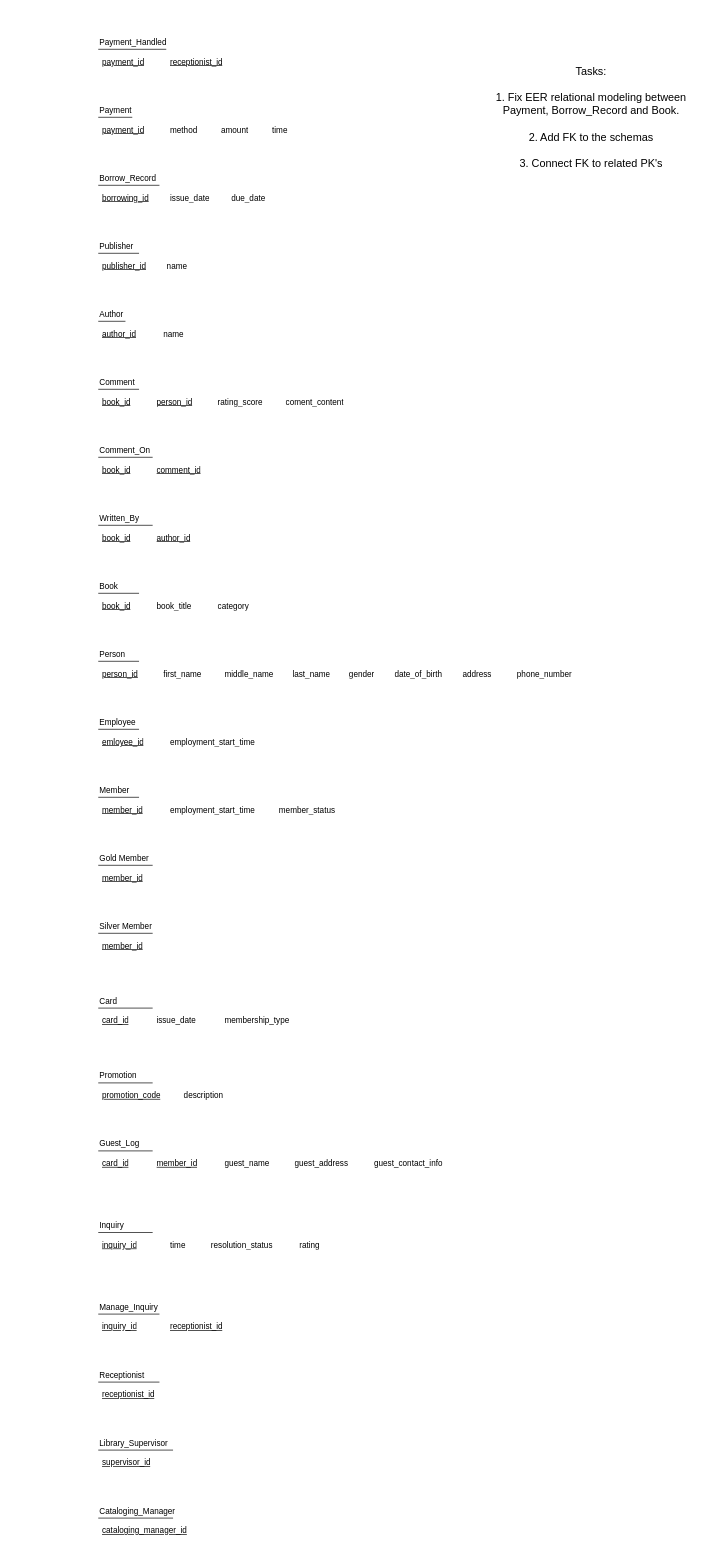
AO-5002/cs4347-EER-project keeps this draw.io diagram as page "RELATIONAL SCHEMA" (2 of 2) of CS4347 - Project.drawio. Above is the earlier version. Source tidied: cells renumbered, new cells numbered last; positions are measured from the earlier drawing's top-left corner, leaving out a move shared by most shapes. Both pictures are drawn from the tidied source at 68%, with x=0, y=0 at pixel (98, 12).
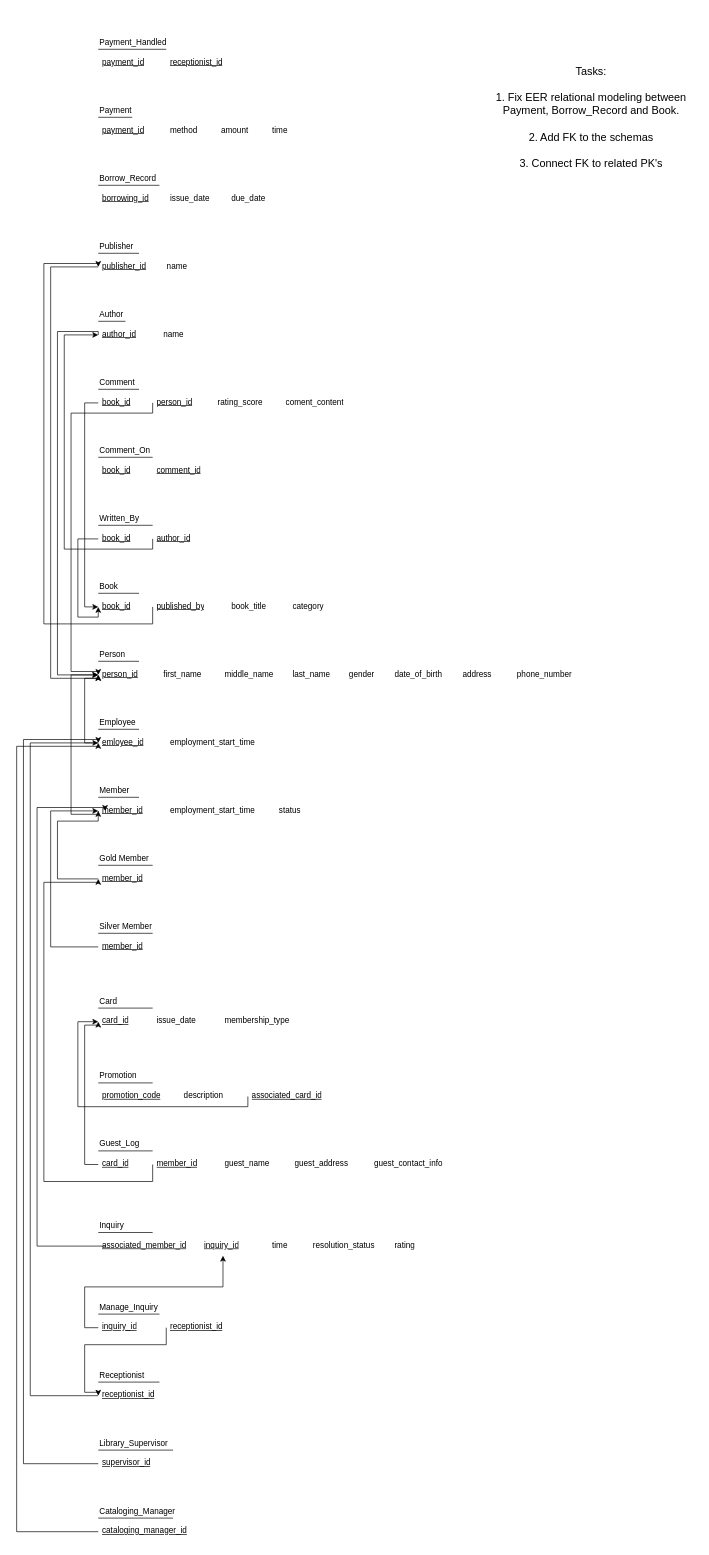
Above is the later version.

Unchanged cells that the change refers to:
```xml
<mxCell id="4" value="&lt;u&gt;person_id&lt;/u&gt;" style="text;strokeColor=none;fillColor=none;spacingLeft=4;spacingRight=4;overflow=hidden;points=[[0,0.5],[1,0.5]];portConstraint=eastwest;fontSize=12;whiteSpace=wrap;html=1;" parent="1" vertex="1">
  <mxGeometry y="960" width="80" height="30" as="geometry" />
</mxCell>
<mxCell id="14" value="&lt;u&gt;emloyee_id&lt;/u&gt;" style="text;strokeColor=none;fillColor=none;spacingLeft=4;spacingRight=4;overflow=hidden;points=[[0,0.5],[1,0.5]];portConstraint=eastwest;fontSize=12;whiteSpace=wrap;html=1;" parent="1" vertex="1">
  <mxGeometry y="1060" width="80" height="30" as="geometry" />
</mxCell>
<mxCell id="18" value="&lt;u&gt;member_id&lt;/u&gt;" style="text;strokeColor=none;fillColor=none;spacingLeft=4;spacingRight=4;overflow=hidden;points=[[0,0.5],[1,0.5]];portConstraint=eastwest;fontSize=12;whiteSpace=wrap;html=1;" parent="1" vertex="1">
  <mxGeometry y="1160" width="80" height="30" as="geometry" />
</mxCell>
<mxCell id="23" value="&lt;u&gt;member_id&lt;/u&gt;" style="text;strokeColor=none;fillColor=none;spacingLeft=4;spacingRight=4;overflow=hidden;points=[[0,0.5],[1,0.5]];portConstraint=eastwest;fontSize=12;whiteSpace=wrap;html=1;" parent="1" vertex="1">
  <mxGeometry y="1260" width="80" height="30" as="geometry" />
</mxCell>
<mxCell id="26" value="&lt;u&gt;member_id&lt;/u&gt;" style="text;strokeColor=none;fillColor=none;spacingLeft=4;spacingRight=4;overflow=hidden;points=[[0,0.5],[1,0.5]];portConstraint=eastwest;fontSize=12;whiteSpace=wrap;html=1;" parent="1" vertex="1">
  <mxGeometry y="1360" width="80" height="30" as="geometry" />
</mxCell>
<mxCell id="29" value="&lt;u&gt;card_id&lt;/u&gt;" style="text;strokeColor=none;fillColor=none;spacingLeft=4;spacingRight=4;overflow=hidden;points=[[0,0.5],[1,0.5]];portConstraint=eastwest;fontSize=12;whiteSpace=wrap;html=1;" parent="1" vertex="1">
  <mxGeometry y="1680" width="80" height="30" as="geometry" />
</mxCell>
<mxCell id="32" value="&lt;u&gt;card_id&lt;/u&gt;" style="text;strokeColor=none;fillColor=none;spacingLeft=4;spacingRight=4;overflow=hidden;points=[[0,0.5],[1,0.5]];portConstraint=eastwest;fontSize=12;whiteSpace=wrap;html=1;" parent="1" vertex="1">
  <mxGeometry y="1470" width="80" height="30" as="geometry" />
</mxCell>
<mxCell id="35" value="&lt;u&gt;member_id&lt;/u&gt;" style="text;strokeColor=none;fillColor=none;spacingLeft=4;spacingRight=4;overflow=hidden;points=[[0,0.5],[1,0.5]];portConstraint=eastwest;fontSize=12;whiteSpace=wrap;html=1;" parent="1" vertex="1">
  <mxGeometry x="80" y="1680" width="80" height="30" as="geometry" />
</mxCell>
<mxCell id="45" value="&lt;u&gt;book_id&lt;/u&gt;" style="text;strokeColor=none;fillColor=none;spacingLeft=4;spacingRight=4;overflow=hidden;points=[[0,0.5],[1,0.5]];portConstraint=eastwest;fontSize=12;whiteSpace=wrap;html=1;" parent="1" vertex="1">
  <mxGeometry y="860" width="80" height="30" as="geometry" />
</mxCell>
<mxCell id="50" value="&lt;u&gt;book_id&lt;/u&gt;" style="text;strokeColor=none;fillColor=none;spacingLeft=4;spacingRight=4;overflow=hidden;points=[[0,0.5],[1,0.5]];portConstraint=eastwest;fontSize=12;whiteSpace=wrap;html=1;" parent="1" vertex="1">
  <mxGeometry y="560" width="80" height="30" as="geometry" />
</mxCell>
<mxCell id="51" value="&lt;u&gt;person_id&lt;/u&gt;" style="text;strokeColor=none;fillColor=none;spacingLeft=4;spacingRight=4;overflow=hidden;points=[[0,0.5],[1,0.5]];portConstraint=eastwest;fontSize=12;whiteSpace=wrap;html=1;" parent="1" vertex="1">
  <mxGeometry x="80" y="560" width="70" height="30" as="geometry" />
</mxCell>
<mxCell id="60" value="&lt;u&gt;author_id&lt;/u&gt;" style="text;strokeColor=none;fillColor=none;spacingLeft=4;spacingRight=4;overflow=hidden;points=[[0,0.5],[1,0.5]];portConstraint=eastwest;fontSize=12;whiteSpace=wrap;html=1;" parent="1" vertex="1">
  <mxGeometry y="460" width="80" height="30" as="geometry" />
</mxCell>
<mxCell id="64" value="&lt;u&gt;book_id&lt;/u&gt;" style="text;strokeColor=none;fillColor=none;spacingLeft=4;spacingRight=4;overflow=hidden;points=[[0,0.5],[1,0.5]];portConstraint=eastwest;fontSize=12;whiteSpace=wrap;html=1;" parent="1" vertex="1">
  <mxGeometry y="760" width="80" height="30" as="geometry" />
</mxCell>
<mxCell id="65" value="&lt;u&gt;author_id&lt;/u&gt;" style="text;strokeColor=none;fillColor=none;spacingLeft=4;spacingRight=4;overflow=hidden;points=[[0,0.5],[1,0.5]];portConstraint=eastwest;fontSize=12;whiteSpace=wrap;html=1;" parent="1" vertex="1">
  <mxGeometry x="80" y="760" width="80" height="30" as="geometry" />
</mxCell>
<mxCell id="68" value="&lt;u&gt;publisher_id&lt;/u&gt;" style="text;strokeColor=none;fillColor=none;spacingLeft=4;spacingRight=4;overflow=hidden;points=[[0,0.5],[1,0.5]];portConstraint=eastwest;fontSize=12;whiteSpace=wrap;html=1;" parent="1" vertex="1">
  <mxGeometry y="360" width="80" height="30" as="geometry" />
</mxCell>
<mxCell id="89" value="&lt;u&gt;inquiry_id&lt;/u&gt;" style="text;strokeColor=none;fillColor=none;spacingLeft=4;spacingRight=4;overflow=hidden;points=[[0,0.5],[1,0.5]];portConstraint=eastwest;fontSize=12;whiteSpace=wrap;html=1;" parent="1" vertex="1">
  <mxGeometry y="1920" width="80" height="30" as="geometry" />
</mxCell>
<mxCell id="90" value="&lt;u&gt;receptionist_id&lt;/u&gt;" style="text;strokeColor=none;fillColor=none;spacingLeft=4;spacingRight=4;overflow=hidden;points=[[0,0.5],[1,0.5]];portConstraint=eastwest;fontSize=12;whiteSpace=wrap;html=1;" parent="1" vertex="1">
  <mxGeometry x="100" y="1920" width="90" height="30" as="geometry" />
</mxCell>
<mxCell id="93" value="&lt;u&gt;receptionist_id&lt;/u&gt;" style="text;strokeColor=none;fillColor=none;spacingLeft=4;spacingRight=4;overflow=hidden;points=[[0,0.5],[1,0.5]];portConstraint=eastwest;fontSize=12;whiteSpace=wrap;html=1;" parent="1" vertex="1">
  <mxGeometry y="2020" width="90" height="30" as="geometry" />
</mxCell>
<mxCell id="96" value="&lt;u&gt;supervisor_id&lt;/u&gt;" style="text;strokeColor=none;fillColor=none;spacingLeft=4;spacingRight=4;overflow=hidden;points=[[0,0.5],[1,0.5]];portConstraint=eastwest;fontSize=12;whiteSpace=wrap;html=1;" parent="1" vertex="1">
  <mxGeometry y="2120" width="90" height="30" as="geometry" />
</mxCell>
<mxCell id="99" value="&lt;u&gt;cataloging_manager_id&lt;/u&gt;" style="text;strokeColor=none;fillColor=none;spacingLeft=4;spacingRight=4;overflow=hidden;points=[[0,0.5],[1,0.5]];portConstraint=eastwest;fontSize=12;whiteSpace=wrap;html=1;" parent="1" vertex="1">
  <mxGeometry y="2220" width="140" height="30" as="geometry" />
</mxCell>
```

Diff of the diagram source:
```diff
@@
+    <mxCell id="105" style="edgeStyle=orthogonalEdgeStyle;rounded=0;jettySize=auto;html=1;exitX=0;exitY=0.5;exitDx=0;exitDy=0;entryX=0;entryY=0.5;entryDx=0;entryDy=0;" parent="1" edge="1" source="14" target="4">
+      <mxGeometry relative="1" as="geometry">
+        <Array as="points">
+          <mxPoint x="-20" y="1075" />
+          <mxPoint x="-20" y="980" />
+          <mxPoint y="980" />
+        </Array>
+      </mxGeometry>
+    </mxCell>
@@
+    <mxCell id="106" style="edgeStyle=orthogonalEdgeStyle;rounded=0;jettySize=auto;html=1;exitX=0;exitY=0.5;exitDx=0;exitDy=0;entryX=0;entryY=0.5;entryDx=0;entryDy=0;" parent="1" edge="1" source="18" target="4">
+      <mxGeometry relative="1" as="geometry">
+        <Array as="points">
+          <mxPoint y="1180" />
+          <mxPoint x="-40" y="1180" />
+          <mxPoint x="-40" y="975" />
+        </Array>
+      </mxGeometry>
+    </mxCell>
@@
-    <mxCell id="20" value="member_status" style="text;strokeColor=none;fillColor=none;spacingLeft=4;spacingRight=4;overflow=hidden;fontSize=12;whiteSpace=wrap;html=1;" parent="1" vertex="1">
+    <mxCell id="20" value="status" style="text;strokeColor=none;fillColor=none;spacingLeft=4;spacingRight=4;overflow=hidden;fontSize=12;whiteSpace=wrap;html=1;" parent="1" vertex="1">
       <mxGeometry x="260" y="1160" width="150" height="30" as="geometry" />
     </mxCell>
@@
+    <mxCell id="107" style="edgeStyle=orthogonalEdgeStyle;rounded=0;jettySize=auto;html=1;exitX=0;exitY=0.5;exitDx=0;exitDy=0;entryX=0;entryY=0.5;entryDx=0;entryDy=0;" parent="1" edge="1" source="23" target="18">
+      <mxGeometry relative="1" as="geometry">
+        <Array as="points">
+          <mxPoint x="-60" y="1275" />
+          <mxPoint x="-60" y="1190" />
+          <mxPoint y="1190" />
+        </Array>
+      </mxGeometry>
+    </mxCell>
@@
+    <mxCell id="108" style="edgeStyle=orthogonalEdgeStyle;rounded=0;jettySize=auto;html=1;exitX=0;exitY=0.5;exitDx=0;exitDy=0;entryX=0;entryY=0.5;entryDx=0;entryDy=0;" parent="1" edge="1" source="26" target="18">
+      <mxGeometry relative="1" as="geometry">
+        <Array as="points">
+          <mxPoint x="-70" y="1375" />
+          <mxPoint x="-70" y="1175" />
+        </Array>
+      </mxGeometry>
+    </mxCell>
@@
+    <mxCell id="109" style="edgeStyle=orthogonalEdgeStyle;rounded=0;jettySize=auto;html=1;exitX=0;exitY=0.5;exitDx=0;exitDy=0;entryX=0;entryY=0.5;entryDx=0;entryDy=0;" parent="1" edge="1" source="29" target="32">
+      <mxGeometry relative="1" as="geometry">
+        <Array as="points">
+          <mxPoint x="-20" y="1695" />
+          <mxPoint x="-20" y="1490" />
+          <mxPoint y="1490" />
+        </Array>
+      </mxGeometry>
+    </mxCell>
@@
+    <mxCell id="110" style="edgeStyle=orthogonalEdgeStyle;rounded=0;jettySize=auto;html=1;exitX=0;exitY=0.5;exitDx=0;exitDy=0;entryX=0;entryY=0.5;entryDx=0;entryDy=0;" parent="1" edge="1" source="35" target="23">
+      <mxGeometry relative="1" as="geometry">
+        <Array as="points">
+          <mxPoint x="80" y="1720" />
+          <mxPoint x="-80" y="1720" />
+          <mxPoint x="-80" y="1280" />
+          <mxPoint y="1280" />
+        </Array>
+      </mxGeometry>
+    </mxCell>
@@
     <mxCell id="46" value="book_title" style="text;strokeColor=none;fillColor=none;spacingLeft=4;spacingRight=4;overflow=hidden;fontSize=12;whiteSpace=wrap;html=1;" parent="1" vertex="1">
-      <mxGeometry x="80" y="860" width="150" height="30" as="geometry" />
+      <mxGeometry x="190" y="860" width="150" height="30" as="geometry" />
     </mxCell>
     <mxCell id="47" value="category" style="text;strokeColor=none;fillColor=none;spacingLeft=4;spacingRight=4;overflow=hidden;fontSize=12;whiteSpace=wrap;html=1;" parent="1" vertex="1">
-      <mxGeometry x="170" y="860" width="150" height="30" as="geometry" />
+      <mxGeometry x="280" y="860" width="70" height="30" as="geometry" />
     </mxCell>
@@
+    <mxCell id="111" style="edgeStyle=orthogonalEdgeStyle;rounded=0;jettySize=auto;html=1;exitX=0;exitY=0.5;exitDx=0;exitDy=0;entryX=0;entryY=0.5;entryDx=0;entryDy=0;" parent="1" edge="1" source="50" target="45">
+      <mxGeometry relative="1" as="geometry" />
+    </mxCell>
@@
+    <mxCell id="112" style="edgeStyle=orthogonalEdgeStyle;rounded=0;jettySize=auto;html=1;exitX=0;exitY=0.5;exitDx=0;exitDy=0;entryX=0;entryY=0.5;entryDx=0;entryDy=0;" parent="1" edge="1" source="51" target="4">
+      <mxGeometry relative="1" as="geometry">
+        <Array as="points">
+          <mxPoint x="80" y="590" />
+          <mxPoint x="-40" y="590" />
+          <mxPoint x="-40" y="970" />
+          <mxPoint y="970" />
+        </Array>
+      </mxGeometry>
+    </mxCell>
@@
+    <mxCell id="113" style="edgeStyle=orthogonalEdgeStyle;rounded=0;jettySize=auto;html=1;exitX=0;exitY=0.5;exitDx=0;exitDy=0;entryX=0;entryY=0.5;entryDx=0;entryDy=0;" parent="1" edge="1" source="60" target="4">
+      <mxGeometry relative="1" as="geometry">
+        <Array as="points">
+          <mxPoint y="470" />
+          <mxPoint x="-60" y="470" />
+          <mxPoint x="-60" y="975" />
+        </Array>
+      </mxGeometry>
+    </mxCell>
@@
+    <mxCell id="114" style="edgeStyle=orthogonalEdgeStyle;rounded=0;jettySize=auto;html=1;exitX=0;exitY=0.5;exitDx=0;exitDy=0;entryX=0;entryY=0.5;entryDx=0;entryDy=0;" parent="1" edge="1" source="64" target="45">
+      <mxGeometry relative="1" as="geometry">
+        <Array as="points">
+          <mxPoint x="-30" y="775" />
+          <mxPoint x="-30" y="890" />
+          <mxPoint y="890" />
+        </Array>
+      </mxGeometry>
+    </mxCell>
@@
+    <mxCell id="115" style="edgeStyle=orthogonalEdgeStyle;rounded=0;jettySize=auto;html=1;exitX=0;exitY=0.5;exitDx=0;exitDy=0;entryX=0;entryY=0.5;entryDx=0;entryDy=0;" parent="1" edge="1" source="65" target="60">
+      <mxGeometry relative="1" as="geometry">
+        <Array as="points">
+          <mxPoint x="80" y="790" />
+          <mxPoint x="-50" y="790" />
+          <mxPoint x="-50" y="475" />
+        </Array>
+      </mxGeometry>
+    </mxCell>
@@
+    <mxCell id="116" style="edgeStyle=orthogonalEdgeStyle;rounded=0;jettySize=auto;html=1;exitX=0;exitY=0.5;exitDx=0;exitDy=0;entryX=0;entryY=0.5;entryDx=0;entryDy=0;" parent="1" edge="1" source="68" target="4">
+      <mxGeometry relative="1" as="geometry">
+        <Array as="points">
+          <mxPoint x="-70" y="375" />
+          <mxPoint x="-70" y="980" />
+          <mxPoint y="980" />
+        </Array>
+      </mxGeometry>
+    </mxCell>
@@
     <mxCell id="83" value="&lt;u&gt;inquiry_id&lt;/u&gt;" style="text;strokeColor=none;fillColor=none;spacingLeft=4;spacingRight=4;overflow=hidden;points=[[0,0.5],[1,0.5]];portConstraint=eastwest;fontSize=12;whiteSpace=wrap;html=1;" parent="1" vertex="1">
-      <mxGeometry y="1800" width="80" height="30" as="geometry" />
+      <mxGeometry x="150" y="1800" width="80" height="30" as="geometry" />
     </mxCell>
     <mxCell id="84" value="time" style="text;strokeColor=none;fillColor=none;spacingLeft=4;spacingRight=4;overflow=hidden;fontSize=12;whiteSpace=wrap;html=1;" parent="1" vertex="1">
-      <mxGeometry x="100" y="1800" width="80" height="30" as="geometry" />
+      <mxGeometry x="250" y="1800" width="80" height="30" as="geometry" />
     </mxCell>
     <mxCell id="85" value="resolution_status" style="text;strokeColor=none;fillColor=none;spacingLeft=4;spacingRight=4;overflow=hidden;fontSize=12;whiteSpace=wrap;html=1;" parent="1" vertex="1">
-      <mxGeometry x="160" y="1800" width="120" height="30" as="geometry" />
+      <mxGeometry x="310" y="1800" width="120" height="30" as="geometry" />
     </mxCell>
     <mxCell id="86" value="rating" style="text;strokeColor=none;fillColor=none;spacingLeft=4;spacingRight=4;overflow=hidden;fontSize=12;whiteSpace=wrap;html=1;" parent="1" vertex="1">
-      <mxGeometry x="290" y="1800" width="120" height="30" as="geometry" />
+      <mxGeometry x="430" y="1800" width="120" height="30" as="geometry" />
     </mxCell>
@@
+    <mxCell id="117" style="edgeStyle=orthogonalEdgeStyle;rounded=0;jettySize=auto;html=1;exitX=0;exitY=0.5;exitDx=0;exitDy=0;entryX=0;entryY=0.5;entryDx=0;entryDy=0;" parent="1" edge="1" source="90" target="93">
+      <mxGeometry relative="1" as="geometry">
+        <Array as="points">
+          <mxPoint x="100" y="1960" />
+          <mxPoint x="-20" y="1960" />
+          <mxPoint x="-20" y="2030" />
+          <mxPoint y="2030" />
+        </Array>
+      </mxGeometry>
+    </mxCell>
@@
+    <mxCell id="118" style="edgeStyle=orthogonalEdgeStyle;rounded=0;jettySize=auto;html=1;exitX=0;exitY=0.5;exitDx=0;exitDy=0;entryX=0;entryY=0.5;entryDx=0;entryDy=0;" parent="1" edge="1" source="93" target="14">
+      <mxGeometry relative="1" as="geometry">
+        <Array as="points">
+          <mxPoint x="-100" y="2035" />
+          <mxPoint x="-100" y="1075" />
+        </Array>
+      </mxGeometry>
+    </mxCell>
@@
+    <mxCell id="119" style="edgeStyle=orthogonalEdgeStyle;rounded=0;jettySize=auto;html=1;exitX=0;exitY=0.5;exitDx=0;exitDy=0;entryX=0;entryY=0.5;entryDx=0;entryDy=0;" parent="1" edge="1" source="96" target="14">
+      <mxGeometry relative="1" as="geometry">
+        <Array as="points">
+          <mxPoint x="-110" y="2135" />
+          <mxPoint x="-110" y="1070" />
+          <mxPoint y="1070" />
+        </Array>
+      </mxGeometry>
+    </mxCell>
@@
+    <mxCell id="120" style="edgeStyle=orthogonalEdgeStyle;rounded=0;jettySize=auto;html=1;exitX=0;exitY=0.5;exitDx=0;exitDy=0;entryX=0;entryY=0.5;entryDx=0;entryDy=0;" parent="1" edge="1" source="99" target="14">
+      <mxGeometry relative="1" as="geometry">
+        <Array as="points">
+          <mxPoint x="-120" y="2235" />
+          <mxPoint x="-120" y="1080" />
+          <mxPoint y="1080" />
+        </Array>
+      </mxGeometry>
+    </mxCell>
@@
+    <mxCell id="121" style="edgeStyle=orthogonalEdgeStyle;rounded=0;jettySize=auto;html=1;exitX=0;exitY=0.5;exitDx=0;exitDy=0;entryX=0;entryY=0.5;entryDx=0;entryDy=0;" parent="1" edge="1" source="122" target="32">
+      <mxGeometry relative="1" as="geometry">
+        <Array as="points">
+          <mxPoint x="220" y="1610" />
+          <mxPoint x="-30" y="1610" />
+          <mxPoint x="-30" y="1485" />
+        </Array>
+      </mxGeometry>
+    </mxCell>
+    <mxCell id="122" value="&lt;u&gt;associated_card_id&lt;/u&gt;" style="text;strokeColor=none;fillColor=none;spacingLeft=4;spacingRight=4;overflow=hidden;points=[[0,0.5],[1,0.5]];portConstraint=eastwest;fontSize=12;whiteSpace=wrap;html=1;" parent="1" vertex="1">
+      <mxGeometry x="220" y="1580" width="120" height="30" as="geometry" />
+    </mxCell>
+    <mxCell id="123" style="edgeStyle=orthogonalEdgeStyle;rounded=0;orthogonalLoop=1;jettySize=auto;html=1;exitX=0;exitY=0.5;exitDx=0;exitDy=0;entryX=0;entryY=0.5;entryDx=0;entryDy=0;" parent="1" edge="1">
+      <mxGeometry relative="1" as="geometry">
+        <mxPoint x="10" y="1815" as="sourcePoint" />
+        <mxPoint x="10" y="1175" as="targetPoint" />
+        <Array as="points">
+          <mxPoint x="-90" y="1815" />
+          <mxPoint x="-90" y="1170" />
+          <mxPoint x="10" y="1170" />
+        </Array>
+      </mxGeometry>
+    </mxCell>
+    <mxCell id="124" value="&lt;u&gt;associated_member_id&lt;/u&gt;" style="text;strokeColor=none;fillColor=none;spacingLeft=4;spacingRight=4;overflow=hidden;fontSize=12;whiteSpace=wrap;html=1;" parent="1" vertex="1">
+      <mxGeometry y="1800" width="140" height="30" as="geometry" />
+    </mxCell>
+    <mxCell id="125" style="edgeStyle=orthogonalEdgeStyle;rounded=0;jettySize=auto;html=1;exitX=0;exitY=0.5;exitDx=0;exitDy=0;entryX=0.418;entryY=0.971;entryDx=0;entryDy=0;entryPerimeter=0;" parent="1" edge="1" source="89" target="83">
+      <mxGeometry relative="1" as="geometry" />
+    </mxCell>
+    <mxCell id="126" style="edgeStyle=orthogonalEdgeStyle;rounded=0;jettySize=auto;html=1;exitX=0;exitY=0.5;exitDx=0;exitDy=0;entryX=0;entryY=0.5;entryDx=0;entryDy=0;" parent="1" edge="1" source="127" target="68">
+      <mxGeometry relative="1" as="geometry">
+        <Array as="points">
+          <mxPoint x="80" y="900" />
+          <mxPoint x="-80" y="900" />
+          <mxPoint x="-80" y="370" />
+          <mxPoint y="370" />
+        </Array>
+      </mxGeometry>
+    </mxCell>
+    <mxCell id="127" value="&lt;u&gt;published_by&lt;/u&gt;" style="text;strokeColor=none;fillColor=none;spacingLeft=4;spacingRight=4;overflow=hidden;points=[[0,0.5],[1,0.5]];portConstraint=eastwest;fontSize=12;whiteSpace=wrap;html=1;" parent="1" vertex="1">
+      <mxGeometry x="80" y="860" width="80" height="30" as="geometry" />
+    </mxCell>
```
